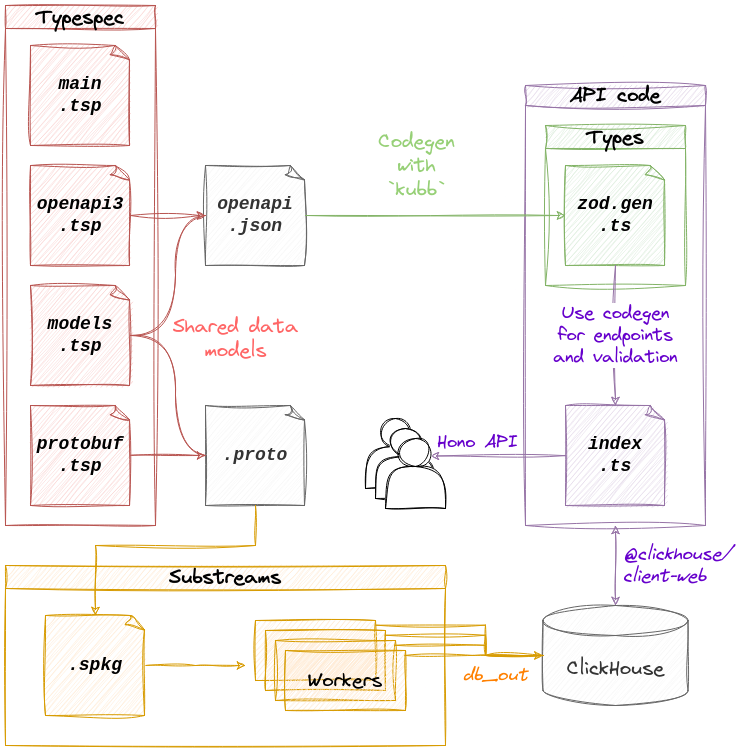
This is token_api_architecture_diagram.png from pinax-network/antelope-token-api, a draw.io export, as it was before one commit. Source tidied: cells renumbered, new cells last; positions are measured from the earlier drawing's top-left corner, leaving out a move shared by most shapes.
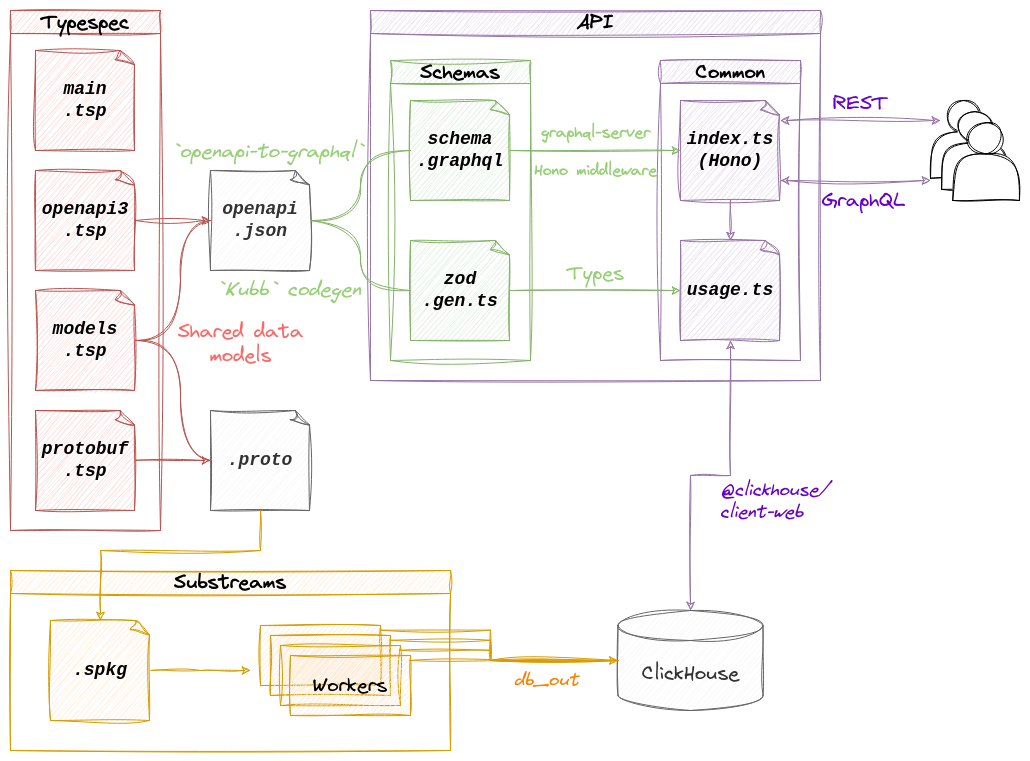
Later version of the same file.

Commit message:
Update API stack diagram for GraphQL (#65)

What changed in the source:
```diff
@@ -2,6 +2,36 @@
   <root>
     <mxCell id="0" />
     <mxCell id="1" parent="0" />
+    <mxCell id="39" value="API" style="swimlane;whiteSpace=wrap;html=1;fontFamily=Virgil;fontSource=https%3A%2F%2Fvirgil.excalidraw.com%2FVirgil.woff2;fontSize=20;sketch=1;curveFitting=1;jiggle=2;fillColor=#e1d5e7;strokeColor=#9673a6;" parent="1" vertex="1">
+      <mxGeometry x="360" width="450" height="370" as="geometry" />
+    </mxCell>
+    <mxCell id="8" value="Schemas" style="swimlane;whiteSpace=wrap;html=1;fontFamily=Virgil;fontSource=https%3A%2F%2Fvirgil.excalidraw.com%2FVirgil.woff2;fontSize=20;sketch=1;curveFitting=1;jiggle=2;fillColor=#d5e8d4;strokeColor=#82b366;" parent="39" vertex="1">
+      <mxGeometry x="20" y="50" width="140" height="300" as="geometry" />
+    </mxCell>
+    <mxCell id="9" value="&lt;div&gt;schema&lt;/div&gt;&lt;div&gt;.graphql&lt;/div&gt;" style="whiteSpace=wrap;html=1;shape=mxgraph.basic.document;fontFamily=Courier New;fontSize=18;fontStyle=3;sketch=1;curveFitting=1;jiggle=2;fillColor=#d5e8d4;strokeColor=#82b366;" parent="8" vertex="1">
+      <mxGeometry x="20" y="40" width="100" height="100" as="geometry" />
+    </mxCell>
+    <mxCell id="40" value="&lt;div&gt;zod&lt;/div&gt;&lt;div&gt;.gen.ts&lt;br&gt;&lt;/div&gt;" style="whiteSpace=wrap;html=1;shape=mxgraph.basic.document;fontFamily=Courier New;fontSize=18;fontStyle=3;sketch=1;curveFitting=1;jiggle=2;fillColor=#d5e8d4;strokeColor=#82b366;" parent="8" vertex="1">
+      <mxGeometry x="20" y="180" width="100" height="100" as="geometry" />
+    </mxCell>
+    <mxCell id="41" value="Common" style="swimlane;whiteSpace=wrap;html=1;fontFamily=Virgil;fontSource=https%3A%2F%2Fvirgil.excalidraw.com%2FVirgil.woff2;fontSize=20;sketch=1;curveFitting=1;jiggle=2;fillColor=#e1d5e7;strokeColor=#9673a6;" parent="39" vertex="1">
+      <mxGeometry x="290" y="50" width="140" height="300" as="geometry" />
+    </mxCell>
+    <mxCell id="42" value="usage.ts" style="whiteSpace=wrap;html=1;shape=mxgraph.basic.document;fontFamily=Courier New;fontSize=18;fontStyle=3;sketch=1;curveFitting=1;jiggle=2;fillColor=#e1d5e7;strokeColor=#9673a6;" parent="41" vertex="1">
+      <mxGeometry x="20" y="180" width="100" height="100" as="geometry" />
+    </mxCell>
+    <mxCell id="43" value="&lt;div&gt;index.ts&lt;/div&gt;&lt;div&gt;(Hono)&lt;br&gt;&lt;/div&gt;" style="whiteSpace=wrap;html=1;shape=mxgraph.basic.document;fontFamily=Courier New;fontSize=18;fontStyle=3;sketch=1;curveFitting=1;jiggle=2;fillColor=#e1d5e7;strokeColor=#9673a6;" parent="41" vertex="1">
+      <mxGeometry x="20" y="40" width="100" height="100" as="geometry" />
+    </mxCell>
+    <mxCell id="44" style="edgeStyle=orthogonalEdgeStyle;rounded=0;jettySize=auto;html=1;exitX=0.5;exitY=1;exitDx=0;exitDy=0;exitPerimeter=0;entryX=0.5;entryY=0;entryDx=0;entryDy=0;entryPerimeter=0;sketch=1;curveFitting=1;jiggle=2;fillColor=#e1d5e7;strokeColor=#9673a6;" parent="41" edge="1" source="43" target="42">
+      <mxGeometry relative="1" as="geometry" />
+    </mxCell>
+    <mxCell id="45" value="&lt;div style=&quot;font-size: 16px;&quot;&gt;graphql-server&lt;/div&gt;&lt;div style=&quot;font-size: 16px;&quot;&gt;&lt;br style=&quot;font-size: 16px;&quot;&gt;&lt;/div&gt;&lt;div style=&quot;font-size: 16px;&quot;&gt;Hono middleware&lt;br style=&quot;font-size: 16px;&quot;&gt;&lt;/div&gt;" style="edgeStyle=orthogonalEdgeStyle;rounded=0;jettySize=auto;html=1;exitX=1;exitY=0.5;exitDx=0;exitDy=0;exitPerimeter=0;entryX=0;entryY=0.5;entryDx=0;entryDy=0;entryPerimeter=0;sketch=1;jiggle=2;curveFitting=1;strokeColor=#82b366;align=center;verticalAlign=bottom;spacingBottom=-30;spacing=0;fontFamily=Virgil;fontSource=https%3A%2F%2Fvirgil.excalidraw.com%2FVirgil.woff2;fontSize=16;fontColor=#97D077;labelBackgroundColor=none;endArrow=classic;fillColor=#d5e8d4;fontStyle=1;" parent="39" edge="1" source="9" target="43">
+      <mxGeometry relative="1" as="geometry" />
+    </mxCell>
+    <mxCell id="46" value="Types" style="edgeStyle=orthogonalEdgeStyle;rounded=0;jettySize=auto;html=1;exitX=1;exitY=0.5;exitDx=0;exitDy=0;exitPerimeter=0;entryX=0;entryY=0.5;entryDx=0;entryDy=0;entryPerimeter=0;fillColor=#d5e8d4;strokeColor=#82b366;sketch=1;curveFitting=1;jiggle=2;spacing=0;fontFamily=Virgil;fontSource=https%3A%2F%2Fvirgil.excalidraw.com%2FVirgil.woff2;fontSize=20;labelBackgroundColor=none;fontColor=#97D077;labelPosition=center;verticalLabelPosition=top;align=center;verticalAlign=bottom;spacingBottom=4;" parent="39" edge="1" source="40" target="42">
+      <mxGeometry relative="1" as="geometry" />
+    </mxCell>
     <mxCell id="2" value="&lt;div style=&quot;font-size: 20px;&quot;&gt;Typespec&lt;/div&gt;" style="swimlane;whiteSpace=wrap;html=1;fontFamily=Virgil;fontSource=https%3A%2F%2Fvirgil.excalidraw.com%2FVirgil.woff2;fontSize=20;sketch=1;curveFitting=1;jiggle=2;fillColor=#f8cecc;strokeColor=#b85450;" parent="1" vertex="1">
       <mxGeometry width="150" height="520" as="geometry" />
     </mxCell>
@@ -17,36 +47,14 @@
     <mxCell id="6" value="&lt;div style=&quot;font-size: 18px;&quot;&gt;protobuf&lt;/div&gt;&lt;div style=&quot;font-size: 18px;&quot;&gt;.tsp&lt;/div&gt;" style="whiteSpace=wrap;html=1;shape=mxgraph.basic.document;fontFamily=Courier New;fontSize=18;fontStyle=3;sketch=1;curveFitting=1;jiggle=2;fillColor=#f8cecc;strokeColor=#b85450;" parent="2" vertex="1">
       <mxGeometry x="25" y="400" width="100" height="100" as="geometry" />
     </mxCell>
-    <mxCell id="7" value="API code" style="swimlane;whiteSpace=wrap;html=1;fontFamily=Virgil;fontSource=https%3A%2F%2Fvirgil.excalidraw.com%2FVirgil.woff2;fontSize=20;sketch=1;curveFitting=1;jiggle=2;fillColor=#e1d5e7;strokeColor=#9673a6;startSize=20;" parent="1" vertex="1">
-      <mxGeometry x="520" y="80" width="180" height="440" as="geometry" />
-    </mxCell>
-    <mxCell id="8" value="Types" style="swimlane;whiteSpace=wrap;html=1;fontFamily=Virgil;fontSource=https%3A%2F%2Fvirgil.excalidraw.com%2FVirgil.woff2;fontSize=20;sketch=1;curveFitting=1;jiggle=2;fillColor=#d5e8d4;strokeColor=#82b366;" parent="7" vertex="1">
-      <mxGeometry x="20" y="40" width="140" height="160" as="geometry" />
-    </mxCell>
-    <mxCell id="9" value="&lt;div style=&quot;font-size: 18px;&quot;&gt;zod.gen&lt;/div&gt;&lt;div style=&quot;font-size: 18px;&quot;&gt;.ts&lt;/div&gt;" style="whiteSpace=wrap;html=1;shape=mxgraph.basic.document;fontFamily=Courier New;fontSize=18;fontStyle=3;sketch=1;curveFitting=1;jiggle=2;fillColor=#d5e8d4;strokeColor=#82b366;" parent="8" vertex="1">
-      <mxGeometry x="20" y="40" width="100" height="100" as="geometry" />
-    </mxCell>
-    <mxCell id="10" value="&lt;div style=&quot;font-size: 18px;&quot;&gt;index&lt;/div&gt;&lt;div style=&quot;font-size: 18px;&quot;&gt;.ts&lt;br style=&quot;font-size: 18px;&quot;&gt;&lt;/div&gt;" style="whiteSpace=wrap;html=1;shape=mxgraph.basic.document;fontFamily=Courier New;fontSize=18;fontStyle=3;sketch=1;curveFitting=1;jiggle=2;fillColor=#e1d5e7;strokeColor=#9673a6;" parent="7" vertex="1">
-      <mxGeometry x="40" y="320" width="100" height="100" as="geometry" />
-    </mxCell>
-    <mxCell id="11" value="Use codegen&lt;br style=&quot;font-size: 18px;&quot;&gt;&lt;div&gt;for endpoints&lt;/div&gt;and validation" style="edgeStyle=orthogonalEdgeStyle;rounded=0;jettySize=auto;entryX=0.5;entryY=0;entryDx=0;entryDy=0;entryPerimeter=0;fillColor=#e1d5e7;strokeColor=#9673a6;sketch=1;curveFitting=1;jiggle=2;fontFamily=Virgil;fontSource=https%3A%2F%2Fvirgil.excalidraw.com%2FVirgil.woff2;fontStyle=0;labelBackgroundColor=default;fontColor=#6600CC;fontSize=18;labelPosition=center;verticalLabelPosition=middle;align=center;verticalAlign=middle;html=1;spacing=2;" parent="7" edge="1" source="9" target="10">
-      <mxGeometry relative="1" as="geometry" />
-    </mxCell>
     <mxCell id="12" value="&lt;div style=&quot;font-size: 18px;&quot;&gt;openapi&lt;/div&gt;&lt;div style=&quot;font-size: 18px;&quot;&gt;.json&lt;/div&gt;" style="whiteSpace=wrap;html=1;shape=mxgraph.basic.document;fontFamily=Courier New;fontSize=18;fontStyle=3;sketch=1;curveFitting=1;jiggle=2;fillColor=#f5f5f5;strokeColor=#666666;fontColor=#333333;" parent="1" vertex="1">
       <mxGeometry x="200" y="160" width="100" height="100" as="geometry" />
     </mxCell>
     <mxCell id="13" style="rounded=0;jettySize=auto;html=1;endArrow=classic;endFill=1;entryX=0;entryY=0.5;entryDx=0;entryDy=0;entryPerimeter=0;strokeWidth=1;sketch=1;curveFitting=1;jiggle=2;fillColor=#f8cecc;strokeColor=#b85450;exitX=1;exitY=0.5;exitDx=0;exitDy=0;exitPerimeter=0;" parent="1" edge="1" source="5" target="12">
       <mxGeometry relative="1" as="geometry" />
     </mxCell>
-    <mxCell id="14" value="&lt;div style=&quot;font-size: 20px;&quot;&gt;Codegen&lt;/div&gt;&lt;div style=&quot;font-size: 20px;&quot;&gt;with&lt;/div&gt;&lt;div style=&quot;font-size: 20px;&quot;&gt;`kubb`&lt;br style=&quot;font-size: 20px;&quot;&gt;&lt;/div&gt;" style="edgeStyle=elbowEdgeStyle;rounded=0;jettySize=auto;html=1;entryX=0;entryY=0.5;entryDx=0;entryDy=0;entryPerimeter=0;curved=1;exitX=1;exitY=0.5;exitDx=0;exitDy=0;exitPerimeter=0;sketch=1;curveFitting=1;jiggle=2;fillColor=#d5e8d4;strokeColor=#82b366;fontFamily=Virgil;fontSource=https%3A%2F%2Fvirgil.excalidraw.com%2FVirgil.woff2;fontSize=20;fontStyle=0;labelBackgroundColor=none;fontColor=#97D077;align=center;" parent="1" edge="1" source="12" target="9">
-      <mxGeometry x="-0.14" y="50" relative="1" as="geometry">
-        <Array as="points">
-          <mxPoint x="420" y="180" />
-        </Array>
-      </mxGeometry>
-    </mxCell>
     <mxCell id="15" value="ClickHouse" style="shape=cylinder3;whiteSpace=wrap;html=1;boundedLbl=1;backgroundOutline=1;size=15;fillColor=#f5f5f5;fontColor=#333333;strokeColor=#666666;sketch=1;curveFitting=1;jiggle=2;fontFamily=Virgil;fontSource=https%3A%2F%2Fvirgil.excalidraw.com%2FVirgil.woff2;fontSize=20;" parent="1" vertex="1">
-      <mxGeometry x="537.5" y="600" width="145" height="100" as="geometry" />
+      <mxGeometry x="607.5" y="600" width="145" height="100" as="geometry" />
     </mxCell>
     <mxCell id="16" value="Substreams" style="swimlane;whiteSpace=wrap;html=1;fillColor=#ffe6cc;strokeColor=#d79b00;fontFamily=Virgil;fontSource=https%3A%2F%2Fvirgil.excalidraw.com%2FVirgil.woff2;fontSize=20;sketch=1;curveFitting=1;jiggle=2;" parent="1" vertex="1">
       <mxGeometry y="560" width="440" height="180" as="geometry" />
@@ -112,38 +120,62 @@
     <mxCell id="30" value="db_out" style="edgeStyle=elbowEdgeStyle;rounded=0;jettySize=auto;html=1;exitX=0.995;exitY=0.082;exitDx=0;exitDy=0;entryX=0;entryY=0.5;entryDx=0;entryDy=0;entryPerimeter=0;fillColor=#ffe6cc;strokeColor=#d79b00;sketch=1;curveFitting=1;jiggle=2;endArrow=classic;endFill=1;exitPerimeter=0;fontFamily=Virgil;fontStyle=2;fontSize=18;fontColor=#FF8000;labelBackgroundColor=none;fontSource=https%3A%2F%2Fvirgil.excalidraw.com%2FVirgil.woff2;" parent="1" edge="1" source="23" target="15">
       <mxGeometry x="0.32" y="-20" relative="1" as="geometry" />
     </mxCell>
-    <mxCell id="31" value="&lt;div&gt;&lt;font face=&quot;Virgil&quot; style=&quot;font-size: 18px;&quot;&gt;@clickhouse/&lt;/font&gt;&lt;/div&gt;&lt;div&gt;&lt;font face=&quot;Virgil&quot; style=&quot;font-size: 18px;&quot;&gt;client-web&lt;/font&gt;&lt;/div&gt;" style="edgeStyle=orthogonalEdgeStyle;rounded=0;jettySize=auto;html=1;entryX=0.5;entryY=0;entryDx=0;entryDy=0;entryPerimeter=0;startArrow=classic;startFill=1;fillColor=#e1d5e7;strokeColor=#9673a6;sketch=1;curveFitting=1;jiggle=2;fontFamily=Courier New;fontStyle=2;fontSize=18;labelBackgroundColor=none;fontColor=#6600CC;labelPosition=right;verticalLabelPosition=middle;align=left;verticalAlign=middle;spacingLeft=6;" parent="1" edge="1" source="7" target="15">
+    <mxCell id="31" value="&lt;div&gt;&lt;font face=&quot;Virgil&quot; style=&quot;font-size: 18px;&quot;&gt;@clickhouse/&lt;/font&gt;&lt;/div&gt;&lt;div&gt;&lt;font face=&quot;Virgil&quot; style=&quot;font-size: 18px;&quot;&gt;client-web&lt;/font&gt;&lt;/div&gt;" style="edgeStyle=orthogonalEdgeStyle;rounded=0;jettySize=auto;html=1;entryX=0.5;entryY=0;entryDx=0;entryDy=0;entryPerimeter=0;startArrow=classic;startFill=1;fillColor=#e1d5e7;strokeColor=#9673a6;sketch=1;curveFitting=1;jiggle=2;fontFamily=Courier New;fontStyle=2;fontSize=18;labelBackgroundColor=none;fontColor=#6600CC;labelPosition=right;verticalLabelPosition=bottom;align=left;verticalAlign=top;spacingLeft=10;exitX=0.5;exitY=1;exitDx=0;exitDy=0;exitPerimeter=0;spacing=0;spacingRight=0;spacingBottom=0;spacingTop=0;" parent="1" edge="1" source="42" target="15">
       <mxGeometry relative="1" as="geometry" />
     </mxCell>
-    <mxCell id="32" value="Hono API" style="rounded=0;jettySize=auto;html=1;entryX=0.75;entryY=0.25;entryDx=0;entryDy=0;fillColor=#e1d5e7;strokeColor=#9673a6;sketch=1;curveFitting=1;jiggle=2;fontSize=18;fontFamily=Virgil;fontSource=https%3A%2F%2Fvirgil.excalidraw.com%2FVirgil.woff2;labelBackgroundColor=none;fontStyle=0;labelPosition=left;verticalLabelPosition=top;align=right;verticalAlign=bottom;spacingRight=-22;spacingLeft=0;fontColor=#6600CC;entryPerimeter=0;" parent="1" edge="1" source="10" target="36">
-      <mxGeometry relative="1" as="geometry" />
-    </mxCell>
+    <mxCell id="37" value="&lt;div align=&quot;center&quot;&gt;Shared data&lt;/div&gt;&lt;div align=&quot;center&quot;&gt;models&lt;/div&gt;" style="endArrow=none;html=1;rounded=0;exitX=1;exitY=0.5;exitDx=0;exitDy=0;exitPerimeter=0;entryX=0;entryY=0.5;entryDx=0;entryDy=0;entryPerimeter=0;endFill=0;edgeStyle=elbowEdgeStyle;strokeWidth=1;sketch=1;curveFitting=1;jiggle=2;curved=1;fillColor=#f8cecc;strokeColor=#b85450;fontSize=20;fontFamily=Virgil;fontSource=https%3A%2F%2Fvirgil.excalidraw.com%2FVirgil.woff2;labelPosition=right;verticalLabelPosition=top;align=center;verticalAlign=bottom;fontColor=#FF6666;labelBackgroundColor=none;fontStyle=0;" parent="1" edge="1" source="4" target="25">
+      <mxGeometry x="-0.23" y="60" relative="1" as="geometry">
+        <Array as="points">
+          <mxPoint x="170" y="400" />
+        </Array>
+      </mxGeometry>
+    </mxCell>
+    <mxCell id="38" style="edgeStyle=orthogonalEdgeStyle;rounded=0;jettySize=auto;html=1;exitX=1;exitY=0.5;exitDx=0;exitDy=0;exitPerimeter=0;entryX=0;entryY=0.5;entryDx=0;entryDy=0;entryPerimeter=0;curved=1;fillColor=#f8cecc;strokeColor=#b85450;sketch=1;curveFitting=1;jiggle=2;endArrow=none;endFill=0;" parent="1" edge="1" source="4" target="12">
+      <mxGeometry relative="1" as="geometry">
+        <Array as="points">
+          <mxPoint x="170" y="330" />
+          <mxPoint x="170" y="210" />
+        </Array>
+      </mxGeometry>
+    </mxCell>
+    <mxCell id="14" value="`openapi-to-graphql`" style="edgeStyle=orthogonalEdgeStyle;rounded=0;jettySize=auto;html=1;exitX=1;exitY=0.5;exitDx=0;exitDy=0;exitPerimeter=0;entryX=0;entryY=0.5;entryDx=0;entryDy=0;entryPerimeter=0;curved=1;fillColor=#d5e8d4;strokeColor=#82b366;sketch=1;curveFitting=1;jiggle=2;endArrow=none;endFill=0;fontSize=20;fontFamily=Virgil;fontSource=https%3A%2F%2Fvirgil.excalidraw.com%2FVirgil.woff2;labelBackgroundColor=none;fontColor=#97D077;fontStyle=2;verticalAlign=bottom;spacingBottom=-6;spacingRight=6;" parent="1" edge="1" source="12" target="9">
+      <mxGeometry x="-1" y="72" relative="1" as="geometry">
+        <Array as="points">
+          <mxPoint x="350" y="210" />
+          <mxPoint x="350" y="140" />
+        </Array>
+        <mxPoint x="-40" y="12" as="offset" />
+      </mxGeometry>
+    </mxCell>
+    <mxCell id="47" value="`Kubb` codegen" style="endArrow=none;html=1;rounded=0;exitX=1;exitY=0.5;exitDx=0;exitDy=0;exitPerimeter=0;entryX=0;entryY=0.5;entryDx=0;entryDy=0;entryPerimeter=0;endFill=0;edgeStyle=elbowEdgeStyle;strokeWidth=1;sketch=1;curveFitting=1;jiggle=2;curved=1;fillColor=#d5e8d4;strokeColor=#82b366;fontSize=20;fontFamily=Virgil;fontSource=https%3A%2F%2Fvirgil.excalidraw.com%2FVirgil.woff2;labelPosition=right;verticalLabelPosition=top;align=center;verticalAlign=bottom;fontColor=#97D077;labelBackgroundColor=none;fontStyle=2;spacingTop=0;spacingBottom=-4;spacingLeft=-4;" parent="1" edge="1" source="12" target="40">
+      <mxGeometry x="0.41" y="-71" relative="1" as="geometry">
+        <Array as="points">
+          <mxPoint x="350" y="280" />
+        </Array>
+        <mxPoint x="-70" y="-61" as="offset" />
+      </mxGeometry>
+    </mxCell>
     <mxCell id="33" style="group;" parent="1" vertex="1">
-      <mxGeometry x="360" y="413" width="80" height="90" as="geometry" />
+      <mxGeometry x="920" y="90" width="88.9" height="100" as="geometry" />
     </mxCell>
     <mxCell id="34" style="shape=actor;whiteSpace=wrap;html=1;sketch=1;curveFitting=1;jiggle=2;" parent="33" vertex="1">
-      <mxGeometry width="60" height="70" as="geometry" />
+      <mxGeometry width="66.7" height="77.8" as="geometry" />
     </mxCell>
     <mxCell id="35" style="shape=actor;whiteSpace=wrap;html=1;sketch=1;curveFitting=1;jiggle=2;" parent="33" vertex="1">
-      <mxGeometry x="10" y="10" width="60" height="70" as="geometry" />
+      <mxGeometry x="11.1" y="11.1" width="66.7" height="77.8" as="geometry" />
     </mxCell>
     <mxCell id="36" style="shape=actor;whiteSpace=wrap;html=1;sketch=1;curveFitting=1;jiggle=2;" parent="33" vertex="1">
-      <mxGeometry x="20" y="20" width="60" height="70" as="geometry" />
+      <mxGeometry x="22.2" y="22.2" width="66.7" height="77.8" as="geometry" />
     </mxCell>
-    <mxCell id="37" value="&lt;div align=&quot;center&quot;&gt;Shared data&lt;/div&gt;&lt;div align=&quot;center&quot;&gt;models&lt;/div&gt;" style="endArrow=none;html=1;rounded=0;exitX=1;exitY=0.5;exitDx=0;exitDy=0;exitPerimeter=0;entryX=0;entryY=0.5;entryDx=0;entryDy=0;entryPerimeter=0;endFill=0;edgeStyle=elbowEdgeStyle;strokeWidth=1;sketch=1;curveFitting=1;jiggle=2;curved=1;fillColor=#f8cecc;strokeColor=#b85450;fontSize=20;fontFamily=Virgil;fontSource=https%3A%2F%2Fvirgil.excalidraw.com%2FVirgil.woff2;labelPosition=right;verticalLabelPosition=top;align=center;verticalAlign=bottom;fontColor=#FF6666;labelBackgroundColor=none;fontStyle=0;" parent="1" edge="1" source="4" target="25">
-      <mxGeometry x="-0.23" y="60" relative="1" as="geometry">
-        <Array as="points">
-          <mxPoint x="170" y="400" />
-        </Array>
-      </mxGeometry>
-    </mxCell>
-    <mxCell id="38" style="edgeStyle=orthogonalEdgeStyle;rounded=0;jettySize=auto;html=1;exitX=1;exitY=0.5;exitDx=0;exitDy=0;exitPerimeter=0;entryX=0;entryY=0.5;entryDx=0;entryDy=0;entryPerimeter=0;curved=1;fillColor=#f8cecc;strokeColor=#b85450;sketch=1;curveFitting=1;jiggle=2;endArrow=none;endFill=0;" parent="1" edge="1" source="4" target="12">
-      <mxGeometry relative="1" as="geometry">
-        <Array as="points">
-          <mxPoint x="170" y="330" />
-          <mxPoint x="170" y="210" />
-        </Array>
-      </mxGeometry>
-    </mxCell>
+    <mxCell id="48" value="GraphQL" style="rounded=0;jettySize=auto;html=1;exitX=1;exitY=0.8;exitDx=0;exitDy=0;exitPerimeter=0;fillColor=#e1d5e7;strokeColor=#9673a6;sketch=1;jiggle=2;curveFitting=1;align=center;verticalAlign=top;spacingLeft=15;spacingRight=0;spacingTop=4;spacingBottom=0;spacing=0;fontFamily=Virgil;fontSize=20;fontColor=#6600CC;fontStyle=0;labelBackgroundColor=none;startArrow=classic;startFill=1;endArrow=classic;fontSource=https%3A%2F%2Fvirgil.excalidraw.com%2FVirgil.woff2;labelPosition=center;verticalLabelPosition=bottom;" parent="1" edge="1" source="43">
+      <mxGeometry relative="1" as="geometry">
+        <mxPoint x="920" y="170" as="targetPoint" />
+      </mxGeometry>
+    </mxCell>
+    <mxCell id="49" value="REST" style="rounded=0;jettySize=auto;html=1;exitX=1;exitY=0.2;exitDx=0;exitDy=0;exitPerimeter=0;fillColor=#e1d5e7;strokeColor=#9673a6;sketch=1;jiggle=2;curveFitting=1;align=center;verticalAlign=bottom;spacingLeft=0;spacingRight=0;spacingTop=0;spacingBottom=4;spacing=0;fontFamily=Virgil;fontSize=20;fontColor=#6600CC;fontStyle=0;labelBackgroundColor=none;startArrow=classic;startFill=1;endArrow=classic;fontSource=https%3A%2F%2Fvirgil.excalidraw.com%2FVirgil.woff2;labelPosition=center;verticalLabelPosition=top;" parent="1" edge="1" source="43">
+      <mxGeometry relative="1" as="geometry">
+        <mxPoint x="930" y="110" as="targetPoint" />
+      </mxGeometry>
+    </mxCell>
   </root>
 </mxGraphModel>
```
